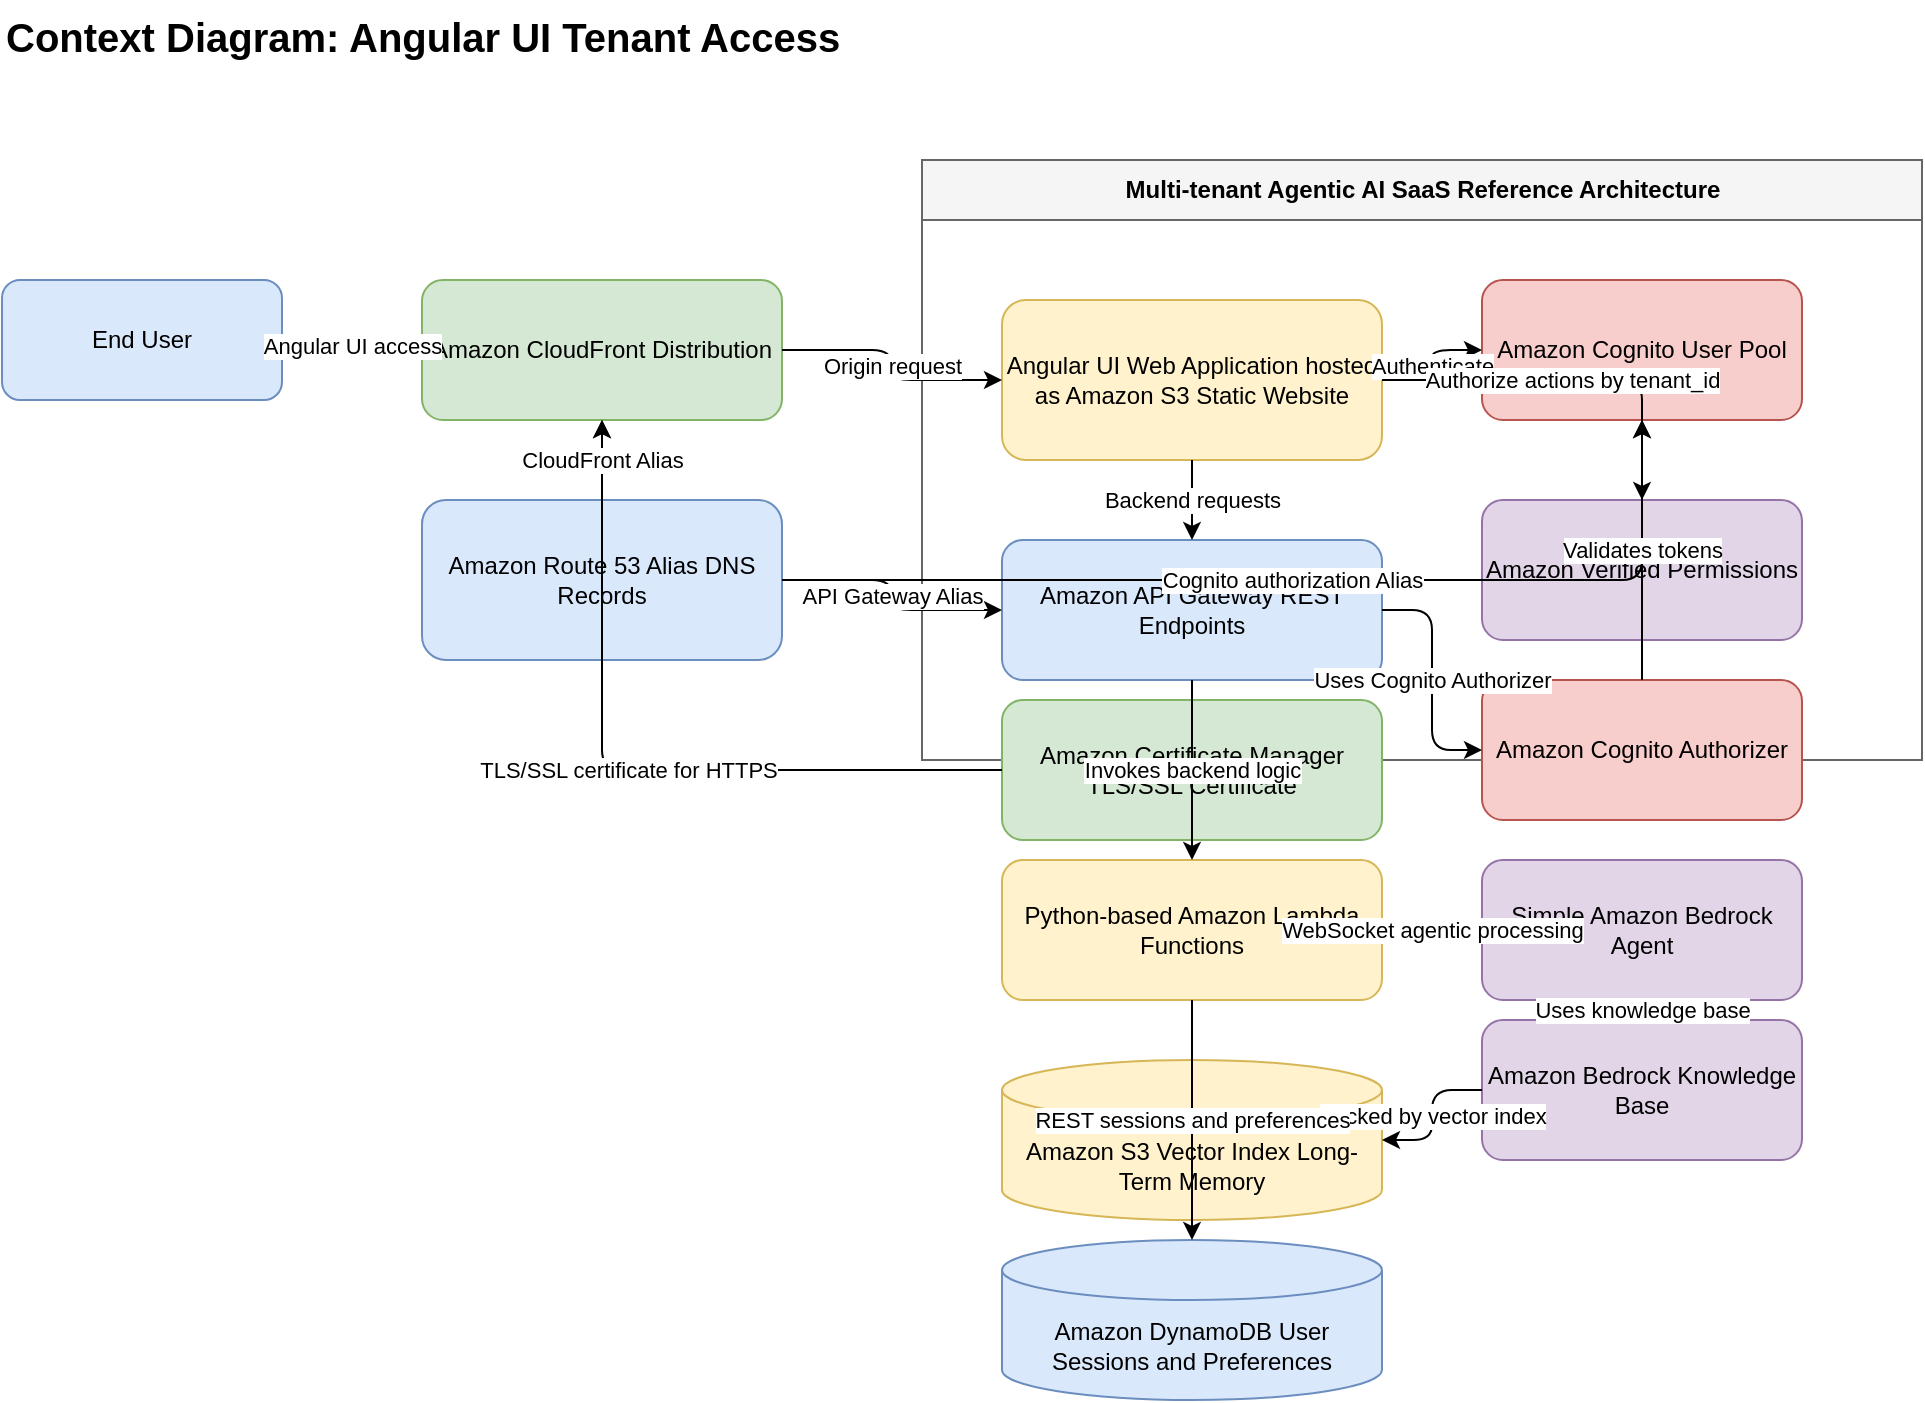
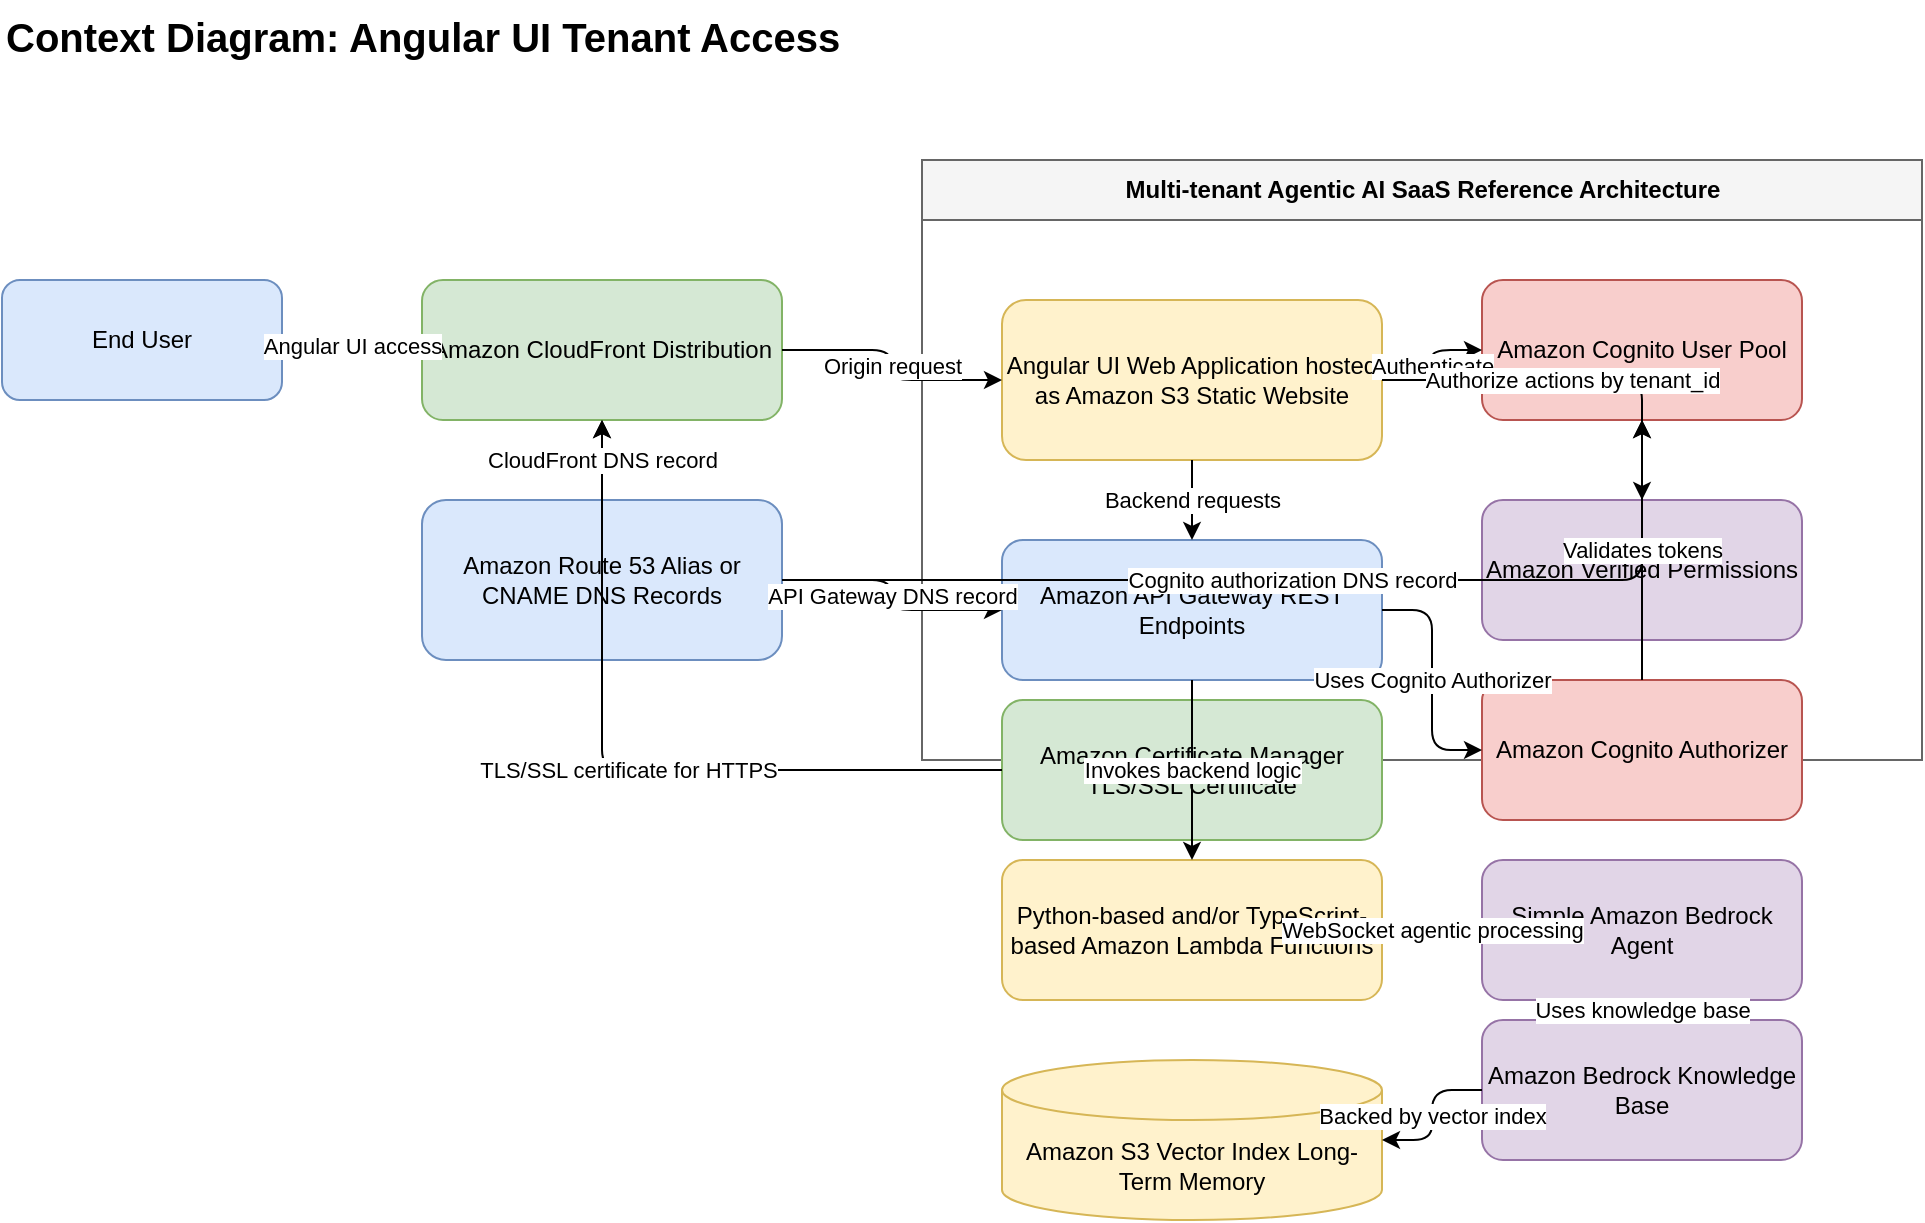
<mxGraphModel dx="1200" dy="800" grid="1" gridSize="10" guides="1" tooltips="1" connect="1" arrows="1" fold="1" page="1" pageScale="1" pageWidth="1100" pageHeight="850" math="0" shadow="0" adaptiveColors="auto">
  <root>
    <mxCell id="0"/>
    <mxCell id="1" parent="0"/>
    <mxCell id="title" value="Context Diagram: Angular UI Tenant Access" style="text;html=1;fontSize=20;fontStyle=1;strokeColor=none;fillColor=none;" vertex="1" parent="1">
      <mxGeometry x="40" y="20" width="500" height="40" as="geometry"/>
    </mxCell>
    <mxCell id="user" value="End User" style="rounded=1;whiteSpace=wrap;html=1;fillColor=#dae8fc;strokeColor=#6c8ebf;" vertex="1" parent="1">
      <mxGeometry x="40" y="160" width="140" height="60" as="geometry"/>
    </mxCell>
    <mxCell id="cloudfront" value="Amazon CloudFront Distribution" style="rounded=1;whiteSpace=wrap;html=1;fillColor=#d5e8d4;strokeColor=#82b366;" vertex="1" parent="1">
      <mxGeometry x="250" y="160" width="180" height="70" as="geometry"/>
    </mxCell>
-     <mxCell id="route53" value="Amazon Route 53 Alias DNS Records" style="rounded=1;whiteSpace=wrap;html=1;fillColor=#dae8fc;strokeColor=#6c8ebf;" vertex="1" parent="1">
+     <mxCell id="route53" value="Amazon Route 53 Alias or CNAME DNS Records" style="rounded=1;whiteSpace=wrap;html=1;fillColor=#dae8fc;strokeColor=#6c8ebf;" vertex="1" parent="1">
      <mxGeometry x="250" y="270" width="180" height="80" as="geometry"/>
    </mxCell>
    <mxCell id="system" value="Multi-tenant Agentic AI SaaS Reference Architecture" style="swimlane;startSize=30;fillColor=#f5f5f5;strokeColor=#666666;html=1;" vertex="1" parent="1">
      <mxGeometry x="500" y="100" width="500" height="300" as="geometry"/>
    </mxCell>
    <mxCell id="ui" value="Angular UI Web Application hosted as Amazon S3 Static Website" style="rounded=1;whiteSpace=wrap;html=1;fillColor=#fff2cc;strokeColor=#d6b656;" vertex="1" parent="system">
      <mxGeometry x="40" y="70" width="190" height="80" as="geometry"/>
    </mxCell>
    <mxCell id="cognito" value="Amazon Cognito User Pool" style="rounded=1;whiteSpace=wrap;html=1;fillColor=#f8cecc;strokeColor=#b85450;" vertex="1" parent="system">
      <mxGeometry x="280" y="60" width="160" height="70" as="geometry"/>
    </mxCell>
    <mxCell id="avp" value="Amazon Verified Permissions" style="rounded=1;whiteSpace=wrap;html=1;fillColor=#e1d5e7;strokeColor=#9673a6;" vertex="1" parent="system">
      <mxGeometry x="280" y="170" width="160" height="70" as="geometry"/>
    </mxCell>
    <mxCell id="apigw" value="Amazon API Gateway REST Endpoints" style="rounded=1;whiteSpace=wrap;html=1;fillColor=#dae8fc;strokeColor=#6c8ebf;" vertex="1" parent="system">
      <mxGeometry x="40" y="190" width="190" height="70" as="geometry"/>
    </mxCell>
-     <mxCell id="lambda" value="Python-based Amazon Lambda Functions" style="rounded=1;whiteSpace=wrap;html=1;fillColor=#fff2cc;strokeColor=#d6b656;" vertex="1" parent="system">
+     <mxCell id="lambda" value="Python-based and/or TypeScript-based Amazon Lambda Functions" style="rounded=1;whiteSpace=wrap;html=1;fillColor=#fff2cc;strokeColor=#d6b656;" vertex="1" parent="system">
      <mxGeometry x="40" y="350" width="190" height="70" as="geometry"/>
-     </mxCell>
-     <mxCell id="dynamodb" value="Amazon DynamoDB User Sessions and Preferences" style="shape=cylinder3;whiteSpace=wrap;html=1;boundedLbl=1;backgroundOutline=1;size=15;fillColor=#dae8fc;strokeColor=#6c8ebf;" vertex="1" parent="system">
-       <mxGeometry x="40" y="540" width="190" height="80" as="geometry"/>
    </mxCell>
    <mxCell id="bedrock_agent" value="Simple Amazon Bedrock Agent" style="rounded=1;whiteSpace=wrap;html=1;fillColor=#e1d5e7;strokeColor=#9673a6;" vertex="1" parent="system">
      <mxGeometry x="280" y="350" width="160" height="70" as="geometry"/>
    </mxCell>
    <mxCell id="bedrock_kb" value="Amazon Bedrock Knowledge Base" style="rounded=1;whiteSpace=wrap;html=1;fillColor=#e1d5e7;strokeColor=#9673a6;" vertex="1" parent="system">
      <mxGeometry x="280" y="430" width="160" height="70" as="geometry"/>
    </mxCell>
    <mxCell id="s3_vector" value="Amazon S3 Vector Index Long-Term Memory" style="shape=cylinder3;whiteSpace=wrap;html=1;boundedLbl=1;backgroundOutline=1;size=15;fillColor=#fff2cc;strokeColor=#d6b656;" vertex="1" parent="system">
      <mxGeometry x="40" y="450" width="190" height="80" as="geometry"/>
    </mxCell>
    <mxCell id="cognito_authorizer" value="Amazon Cognito Authorizer" style="rounded=1;whiteSpace=wrap;html=1;fillColor=#f8cecc;strokeColor=#b85450;" vertex="1" parent="system">
      <mxGeometry x="280" y="260" width="160" height="70" as="geometry"/>
    </mxCell>
    <mxCell id="acm" value="Amazon Certificate Manager TLS/SSL Certificate" style="rounded=1;whiteSpace=wrap;html=1;fillColor=#d5e8d4;strokeColor=#82b366;" vertex="1" parent="system">
      <mxGeometry x="40" y="270" width="190" height="70" as="geometry"/>
    </mxCell>
    <mxCell id="e1" value="Angular UI access" style="edgeStyle=orthogonalEdgeStyle;rounded=1;html=1;endArrow=classic;" edge="1" parent="1" source="user" target="cloudfront">
      <mxGeometry relative="1" as="geometry"/>
    </mxCell>
    <mxCell id="e2" value="Origin request" style="edgeStyle=orthogonalEdgeStyle;rounded=1;html=1;endArrow=classic;" edge="1" parent="1" source="cloudfront" target="ui">
      <mxGeometry relative="1" as="geometry"/>
    </mxCell>
    <mxCell id="e3" value="Authenticate" style="edgeStyle=orthogonalEdgeStyle;rounded=1;html=1;endArrow=classic;" edge="1" parent="1" source="ui" target="cognito">
      <mxGeometry relative="1" as="geometry"/>
    </mxCell>
    <mxCell id="e4" value="Authorize actions by tenant_id" style="edgeStyle=orthogonalEdgeStyle;rounded=1;html=1;endArrow=classic;" edge="1" parent="1" source="ui" target="avp">
      <mxGeometry relative="1" as="geometry"/>
    </mxCell>
    <mxCell id="e5" value="Backend requests" style="edgeStyle=orthogonalEdgeStyle;rounded=1;html=1;endArrow=classic;" edge="1" parent="1" source="ui" target="apigw">
      <mxGeometry relative="1" as="geometry"/>
    </mxCell>
    <mxCell id="e6" value="TLS/SSL certificate for HTTPS" style="edgeStyle=orthogonalEdgeStyle;rounded=1;html=1;endArrow=classic;" edge="1" parent="1" source="acm" target="cloudfront">
      <mxGeometry relative="1" as="geometry"/>
    </mxCell>
-     <mxCell id="e7" value="CloudFront Alias" style="edgeStyle=orthogonalEdgeStyle;rounded=1;html=1;endArrow=classic;" edge="1" parent="1" source="route53" target="cloudfront">
+     <mxCell id="e7" value="CloudFront DNS record" style="edgeStyle=orthogonalEdgeStyle;rounded=1;html=1;endArrow=classic;" edge="1" parent="1" source="route53" target="cloudfront">
      <mxGeometry relative="1" as="geometry"/>
    </mxCell>
-     <mxCell id="e8" value="Cognito authorization Alias" style="edgeStyle=orthogonalEdgeStyle;rounded=1;html=1;endArrow=classic;" edge="1" parent="1" source="route53" target="cognito">
+     <mxCell id="e8" value="Cognito authorization DNS record" style="edgeStyle=orthogonalEdgeStyle;rounded=1;html=1;endArrow=classic;" edge="1" parent="1" source="route53" target="cognito">
      <mxGeometry relative="1" as="geometry"/>
    </mxCell>
-     <mxCell id="e9" value="API Gateway Alias" style="edgeStyle=orthogonalEdgeStyle;rounded=1;html=1;endArrow=classic;" edge="1" parent="1" source="route53" target="apigw">
+     <mxCell id="e9" value="API Gateway DNS record" style="edgeStyle=orthogonalEdgeStyle;rounded=1;html=1;endArrow=classic;" edge="1" parent="1" source="route53" target="apigw">
      <mxGeometry relative="1" as="geometry"/>
    </mxCell>
    <mxCell id="e10" value="Uses Cognito Authorizer" style="edgeStyle=orthogonalEdgeStyle;rounded=1;html=1;endArrow=classic;" edge="1" parent="1" source="apigw" target="cognito_authorizer">
      <mxGeometry relative="1" as="geometry"/>
    </mxCell>
    <mxCell id="e11" value="Validates tokens" style="edgeStyle=orthogonalEdgeStyle;rounded=1;html=1;endArrow=classic;" edge="1" parent="1" source="cognito_authorizer" target="cognito">
      <mxGeometry relative="1" as="geometry"/>
    </mxCell>
    <mxCell id="e12" value="Invokes backend logic" style="edgeStyle=orthogonalEdgeStyle;rounded=1;html=1;endArrow=classic;" edge="1" parent="1" source="apigw" target="lambda">
      <mxGeometry relative="1" as="geometry"/>
    </mxCell>
    <mxCell id="e13" value="WebSocket agentic processing" style="edgeStyle=orthogonalEdgeStyle;rounded=1;html=1;endArrow=classic;" edge="1" parent="1" source="lambda" target="bedrock_agent">
      <mxGeometry relative="1" as="geometry"/>
    </mxCell>
    <mxCell id="e14" value="Uses knowledge base" style="edgeStyle=orthogonalEdgeStyle;rounded=1;html=1;endArrow=classic;" edge="1" parent="1" source="bedrock_agent" target="bedrock_kb">
      <mxGeometry relative="1" as="geometry"/>
    </mxCell>
    <mxCell id="e15" value="Backed by vector index" style="edgeStyle=orthogonalEdgeStyle;rounded=1;html=1;endArrow=classic;" edge="1" parent="1" source="bedrock_kb" target="s3_vector">
      <mxGeometry relative="1" as="geometry"/>
    </mxCell>
-     <mxCell id="e16" value="REST sessions and preferences" style="edgeStyle=orthogonalEdgeStyle;rounded=1;html=1;endArrow=classic;" edge="1" parent="1" source="lambda" target="dynamodb">
-       <mxGeometry relative="1" as="geometry"/>
-     </mxCell>
  </root>
</mxGraphModel>
